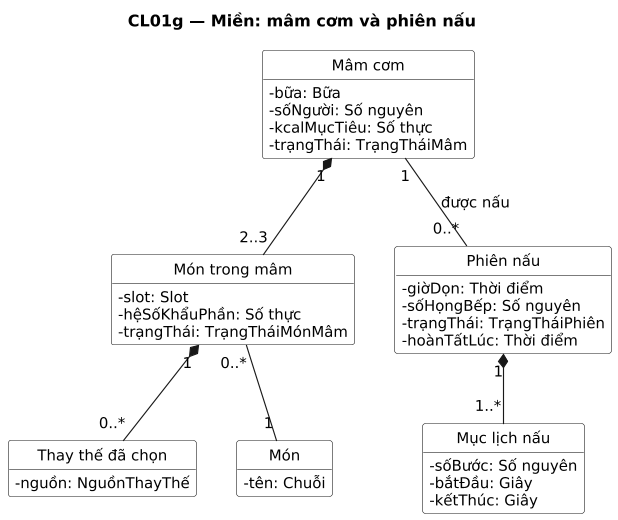
Above: docs/uml/out/class/CL01g-mien-mam-nau.png in NamBuw/Tastoria (PlantUML), before the change. The source it was exported from:
```plantuml
@startuml
title CL01g — Miền: mâm cơm và phiên nấu
skinparam shadowing false
skinparam defaultFontName DejaVu Sans
skinparam defaultFontSize 13
skinparam dpi 110

hide circle
hide empty members
skinparam classAttributeIconSize 0
skinparam ClassBackgroundColor White

class "Mâm cơm" as MAM {
  -bữa: Bữa
  -sốNgười: Số nguyên
  -kcalMụcTiêu: Số thực
  -trạngThái: TrạngTháiMâm
}
class "Món trong mâm" as MTM {
  -slot: Slot
  -hệSốKhẩuPhần: Số thực
  -trạngThái: TrạngTháiMónMâm
}
class "Thay thế đã chọn" as TTDC {
  -nguồn: NguồnThayThế
}
class "Phiên nấu" as PN {
  -giờDọn: Thời điểm
  -sốHọngBếp: Số nguyên
  -trạngThái: TrạngTháiPhiên
  -hoànTấtLúc: Thời điểm
}
class "Mục lịch nấu" as ML {
  -sốBước: Số nguyên
  -bắtĐầu: Giây
  -kếtThúc: Giây
}
class "Món" as MON {
  -tên: Chuỗi
}

MAM "1" *-- "2..3" MTM
MTM "0..*" -- "1" MON
MTM "1" *-- "0..*" TTDC
MAM "1" -- "0..*" PN : được nấu
PN "1" *-- "1..*" ML
@enduml
```
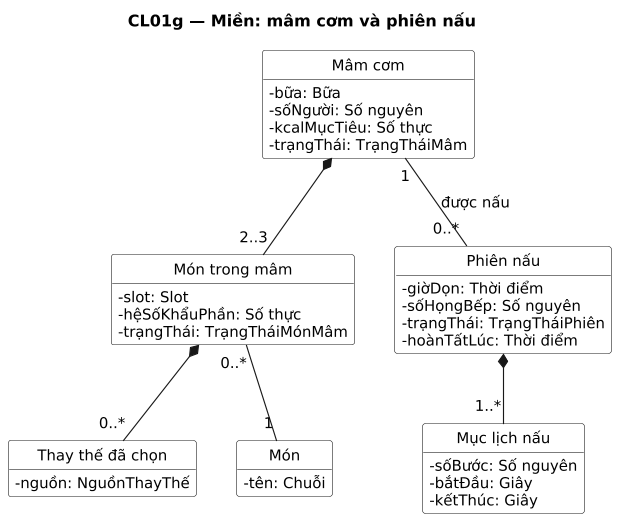
After the change.

What changed in the source:
```diff
@@ -39,9 +39,9 @@
   -tên: Chuỗi
 }
 
-MAM "1" *-- "2..3" MTM
+MAM *-- "2..3" MTM
 MTM "0..*" -- "1" MON
-MTM "1" *-- "0..*" TTDC
+MTM *-- "0..*" TTDC
 MAM "1" -- "0..*" PN : được nấu
-PN "1" *-- "1..*" ML
+PN *-- "1..*" ML
 @enduml
```
